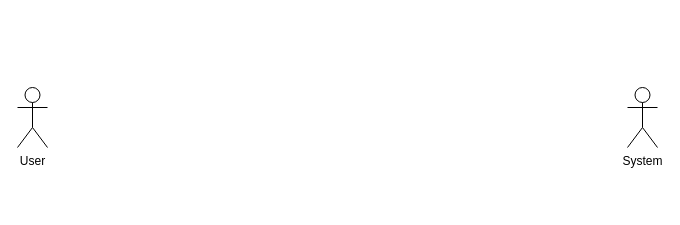
Above: Use Case Diagram - MovieList.drawio in randyisalive/MovieList-FinalProject (draw.io), before the change. Source tidied: cells renumbered, new cells numbered last; positions are measured from the earlier drawing's top-left corner, leaving out a move shared by most shapes. Both pictures are drawn from the tidied source at 100%, with x=0, y=0 at pixel (17, 87).
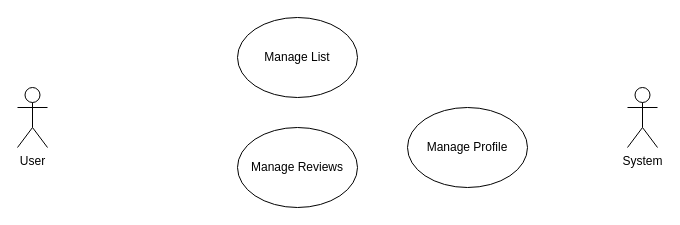
After the change.

Change to the diagram source:
```diff
@@
 <mxGraphModel>
   <root>
     <mxCell id="0" />
     <mxCell id="1" parent="0" />
     <mxCell id="2" value="User" style="shape=umlActor;verticalLabelPosition=bottom;verticalAlign=top;html=1;" parent="1" vertex="1">
       <mxGeometry width="30" height="60" as="geometry" />
     </mxCell>
     <mxCell id="3" value="System" style="shape=umlActor;verticalLabelPosition=bottom;verticalAlign=top;html=1;" parent="1" vertex="1">
       <mxGeometry x="610" width="30" height="60" as="geometry" />
     </mxCell>
+    <mxCell id="4" value="Manage List" style="ellipse;whiteSpace=wrap;html=1;" parent="1" vertex="1">
+      <mxGeometry x="220" y="-70" width="120" height="80" as="geometry" />
+    </mxCell>
+    <mxCell id="5" value="Manage Reviews" style="ellipse;whiteSpace=wrap;html=1;" parent="1" vertex="1">
+      <mxGeometry x="220" y="40" width="120" height="80" as="geometry" />
+    </mxCell>
+    <mxCell id="6" value="Manage Profile" style="ellipse;whiteSpace=wrap;html=1;" parent="1" vertex="1">
+      <mxGeometry x="390" y="20" width="120" height="80" as="geometry" />
+    </mxCell>
   </root>
 </mxGraphModel>
```
